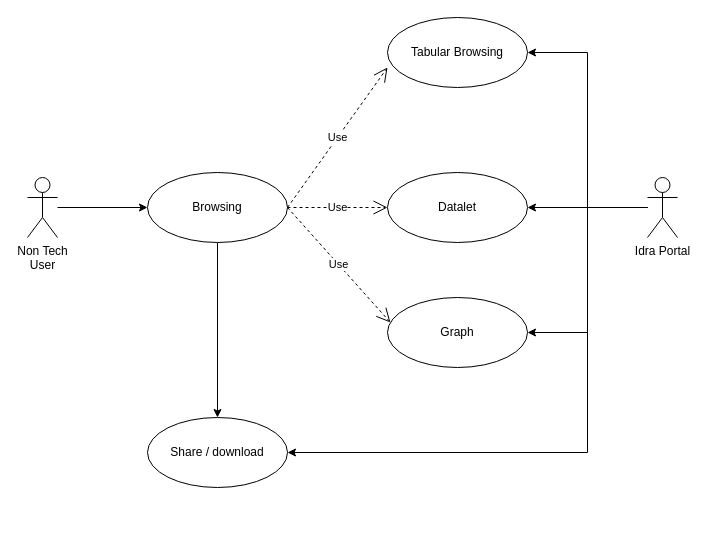
pafrance/Statistics-Contextualized keeps this draw.io diagram as Diagramma senza titolo.drawio. Above is the earlier version. Source tidied: cells renumbered, new cells numbered last; positions are measured from the earlier drawing's top-left corner, leaving out a move shared by most shapes. Both pictures are drawn from the tidied source at 100%, with x=0, y=0 at pixel (27, 17).
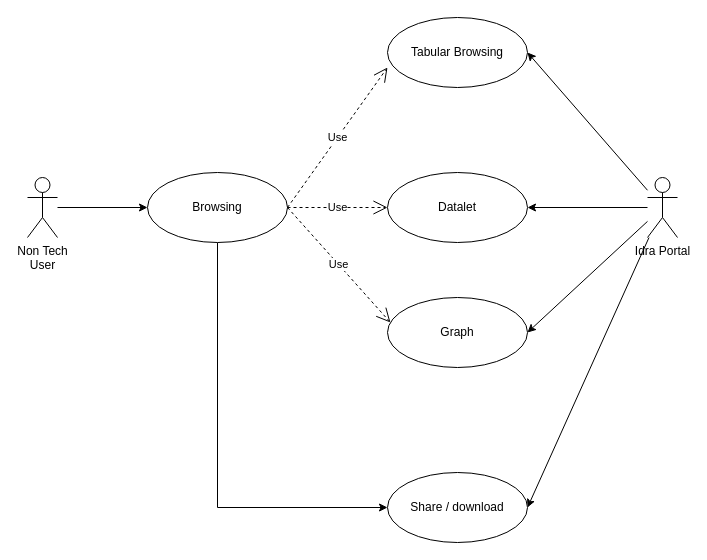
Above is the later version.

Unchanged cells that the change refers to:
```xml
<mxCell id="5" value="&lt;div&gt;Browsing&lt;/div&gt;" style="ellipse;whiteSpace=wrap;html=1;" parent="1" vertex="1">
  <mxGeometry x="120" y="155" width="140" height="70" as="geometry" />
</mxCell>
<mxCell id="6" value="&lt;div&gt;Graph&lt;/div&gt;" style="ellipse;whiteSpace=wrap;html=1;" parent="1" vertex="1">
  <mxGeometry x="360" y="280" width="140" height="70" as="geometry" />
</mxCell>
<mxCell id="7" value="&lt;div&gt;Datalet&lt;/div&gt;" style="ellipse;whiteSpace=wrap;html=1;" parent="1" vertex="1">
  <mxGeometry x="360" y="155" width="140" height="70" as="geometry" />
</mxCell>
<mxCell id="8" value="Tabular Browsing" style="ellipse;whiteSpace=wrap;html=1;" parent="1" vertex="1">
  <mxGeometry x="360" width="140" height="70" as="geometry" />
</mxCell>
<mxCell id="16" value="Idra Portal" style="shape=umlActor;verticalLabelPosition=bottom;verticalAlign=top;html=1;" parent="1" vertex="1">
  <mxGeometry x="620" y="160" width="30" height="60" as="geometry" />
</mxCell>
```

Diff of the diagram source:
```diff
@@
     <mxCell id="4" style="edgeStyle=orthogonalEdgeStyle;rounded=0;jettySize=auto;html=1;" parent="1" edge="1" source="5" target="17">
-      <mxGeometry relative="1" as="geometry" />
+      <mxGeometry relative="1" as="geometry">
+        <Array as="points">
+          <mxPoint x="190" y="490" />
+        </Array>
+      </mxGeometry>
     </mxCell>
@@
-    <mxCell id="12" style="edgeStyle=orthogonalEdgeStyle;rounded=0;jettySize=auto;html=1;entryX=1;entryY=0.5;entryDx=0;entryDy=0;" parent="1" edge="1" source="16" target="8">
+    <mxCell id="12" style="rounded=0;jettySize=auto;html=1;entryX=1;entryY=0.5;entryDx=0;entryDy=0;" parent="1" edge="1" source="16" target="8">
       <mxGeometry relative="1" as="geometry" />
     </mxCell>
-    <mxCell id="13" style="edgeStyle=orthogonalEdgeStyle;rounded=0;jettySize=auto;html=1;entryX=1;entryY=0.5;entryDx=0;entryDy=0;" parent="1" edge="1" source="16" target="6">
+    <mxCell id="13" style="rounded=0;jettySize=auto;html=1;entryX=1;entryY=0.5;entryDx=0;entryDy=0;" parent="1" edge="1" source="16" target="6">
       <mxGeometry relative="1" as="geometry" />
     </mxCell>
-    <mxCell id="14" style="edgeStyle=orthogonalEdgeStyle;rounded=0;jettySize=auto;html=1;" parent="1" edge="1" source="16" target="7">
+    <mxCell id="14" style="rounded=0;jettySize=auto;html=1;" parent="1" edge="1" source="16" target="7">
       <mxGeometry relative="1" as="geometry" />
     </mxCell>
-    <mxCell id="15" style="edgeStyle=orthogonalEdgeStyle;rounded=0;jettySize=auto;html=1;entryX=1;entryY=0.5;entryDx=0;entryDy=0;" parent="1" edge="1" source="16" target="17">
-      <mxGeometry relative="1" as="geometry">
-        <Array as="points">
-          <mxPoint x="560" y="190" />
-          <mxPoint x="560" y="435" />
-        </Array>
-      </mxGeometry>
+    <mxCell id="15" style="rounded=0;jettySize=auto;html=1;entryX=1;entryY=0.5;entryDx=0;entryDy=0;" parent="1" edge="1" source="16" target="17">
+      <mxGeometry relative="1" as="geometry" />
     </mxCell>
@@
     <mxCell id="17" value="Share / download" style="ellipse;whiteSpace=wrap;html=1;" parent="1" vertex="1">
-      <mxGeometry x="120" y="400" width="140" height="70" as="geometry" />
+      <mxGeometry x="360" y="455" width="140" height="70" as="geometry" />
     </mxCell>
```
